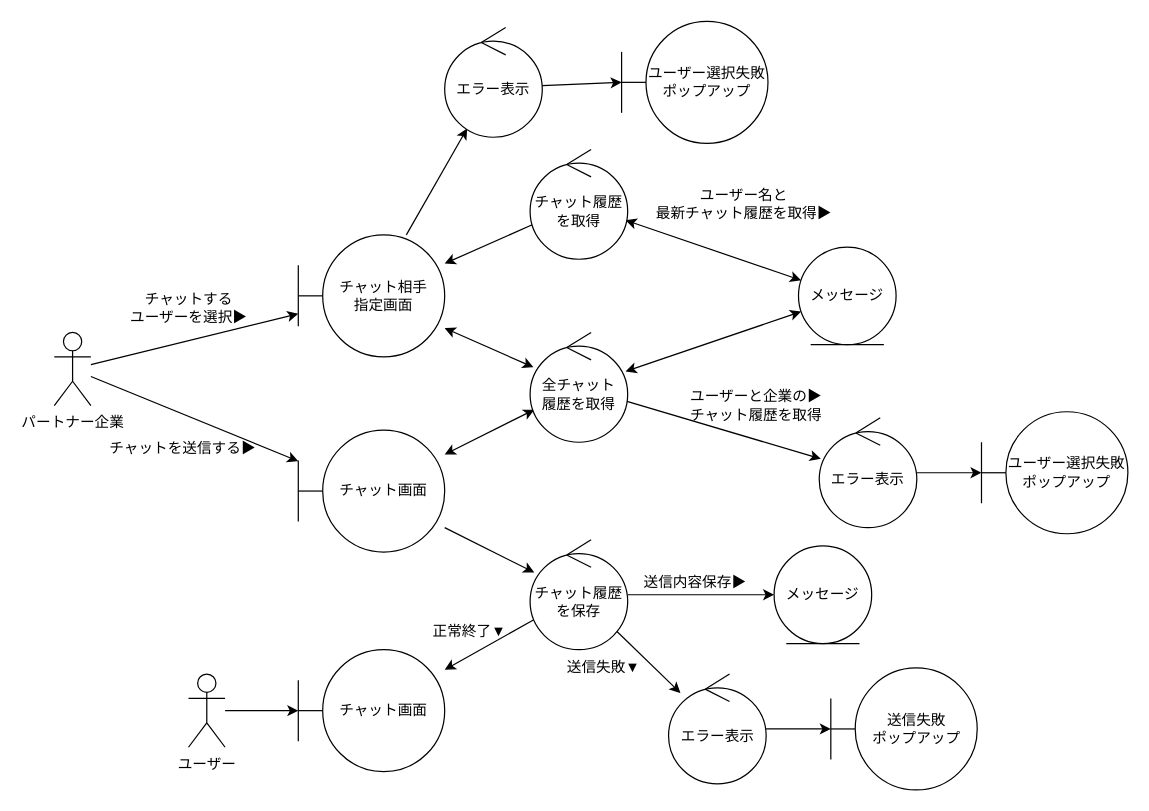
Above: page "チャット" (9 of 11) of out/ロバストネス図/パートナー企業-ロバストネス図.drawio in ksw2270227/GroupF (draw.io), before the change. Source tidied: cells renumbered, new cells numbered last; positions are measured from the earlier drawing's top-left corner, leaving out a move shared by most shapes. Both pictures are drawn from the tidied source at 122%, with x=0, y=0 at pixel (54, 21).
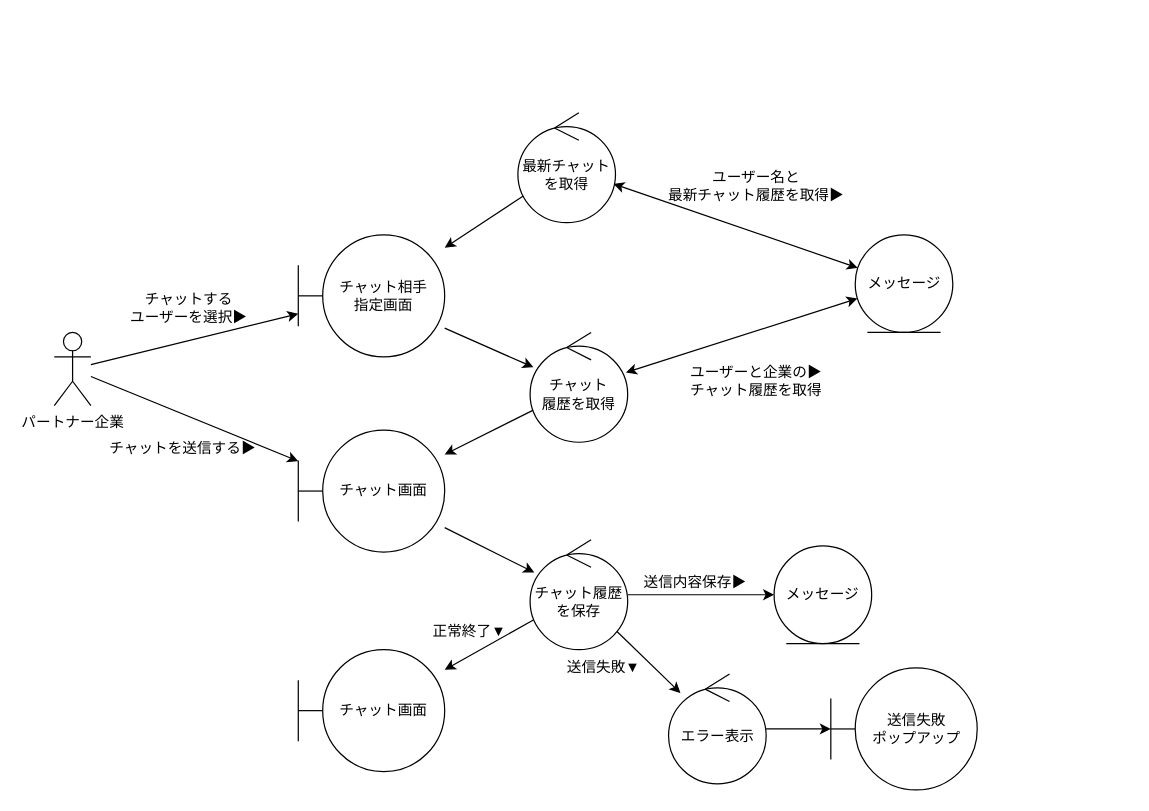
The same diagram, later.

Unchanged cells that the change refers to:
```xml
<mxCell id="6" value="チャット画面" style="shape=umlBoundary;whiteSpace=wrap;html=1;" parent="1" vertex="1">
  <mxGeometry x="200" y="335" width="120" height="100" as="geometry" />
</mxCell>
<mxCell id="9" value="チャット相手&lt;br&gt;指定画面" style="shape=umlBoundary;whiteSpace=wrap;html=1;" parent="1" vertex="1">
  <mxGeometry x="200" y="175" width="120" height="100" as="geometry" />
</mxCell>
<mxCell id="27" value="チャット画面" style="shape=umlBoundary;whiteSpace=wrap;html=1;" parent="1" vertex="1">
  <mxGeometry x="200" y="515" width="120" height="100" as="geometry" />
</mxCell>
```

What changed in the source:
```diff
@@
-    <mxCell id="7" style="edgeStyle=none;html=1;startArrow=classic;startFill=1;" parent="1" edge="1" source="9" target="18">
+    <mxCell id="7" style="edgeStyle=none;html=1;startArrow=none;startFill=0;" parent="1" edge="1" source="9" target="18">
       <mxGeometry relative="1" as="geometry" />
     </mxCell>
-    <mxCell id="8" style="edgeStyle=none;html=1;startArrow=none;startFill=0;" parent="1" edge="1" source="9" target="31">
-      <mxGeometry relative="1" as="geometry" />
-    </mxCell>
@@
     <mxCell id="12" value="メッセージ" style="ellipse;shape=umlEntity;whiteSpace=wrap;html=1;" parent="1" vertex="1">
-      <mxGeometry x="610" y="185" width="80" height="80" as="geometry" />
+      <mxGeometry x="656.5" y="175" width="80" height="80" as="geometry" />
     </mxCell>
@@
-    <mxCell id="14" value="チャット履歴を取得" style="ellipse;shape=umlControl;whiteSpace=wrap;html=1;" parent="1" vertex="1">
-      <mxGeometry x="390" y="105" width="80" height="90" as="geometry" />
+    <mxCell id="14" value="最新チャットを取得" style="ellipse;shape=umlControl;whiteSpace=wrap;html=1;" parent="1" vertex="1">
+      <mxGeometry x="380" y="75" width="80" height="90" as="geometry" />
     </mxCell>
-    <mxCell id="15" style="edgeStyle=none;html=1;startArrow=classic;startFill=1;" parent="1" edge="1" source="18" target="6">
+    <mxCell id="15" style="edgeStyle=none;html=1;startArrow=none;startFill=0;endArrow=classic;endFill=1;" parent="1" edge="1" source="18" target="6">
       <mxGeometry relative="1" as="geometry" />
     </mxCell>
@@
-    <mxCell id="17" style="edgeStyle=none;html=1;startArrow=none;startFill=0;" parent="1" edge="1" source="18" target="34">
-      <mxGeometry relative="1" as="geometry" />
-    </mxCell>
-    <mxCell id="18" value="全チャット&lt;br&gt;履歴を取得" style="ellipse;shape=umlControl;whiteSpace=wrap;html=1;" parent="1" vertex="1">
+    <mxCell id="18" value="チャット&lt;br&gt;履歴を取得" style="ellipse;shape=umlControl;whiteSpace=wrap;html=1;" parent="1" vertex="1">
       <mxGeometry x="390" y="255" width="80" height="90" as="geometry" />
     </mxCell>
     <mxCell id="19" value="ユーザー名と&lt;br&gt;最新チャット履歴を取得▶" style="text;html=1;align=center;verticalAlign=middle;strokeColor=none;fillColor=none;" parent="1" vertex="1">
-      <mxGeometry x="480" y="130" width="170" height="40" as="geometry" />
+      <mxGeometry x="490" y="115" width="170" height="40" as="geometry" />
     </mxCell>
@@
     <mxCell id="25" value="ユーザーと企業の▶&lt;br&gt;チャット履歴を取得" style="text;html=1;align=center;verticalAlign=middle;strokeColor=none;fillColor=none;" parent="1" vertex="1">
-      <mxGeometry x="510" y="295" width="130" height="40" as="geometry" />
+      <mxGeometry x="510" y="275" width="130" height="40" as="geometry" />
     </mxCell>
-    <mxCell id="26" style="edgeStyle=none;html=1;startArrow=classic;startFill=1;endArrow=none;endFill=0;" parent="1" edge="1" source="27" target="28">
-      <mxGeometry relative="1" as="geometry" />
-    </mxCell>
@@
-    <mxCell id="28" value="ユーザー" style="shape=umlActor;verticalLabelPosition=bottom;verticalAlign=top;html=1;" parent="1" vertex="1">
-      <mxGeometry x="110" y="535" width="30" height="60" as="geometry" />
-    </mxCell>
@@
-    <mxCell id="30" style="edgeStyle=none;html=1;startArrow=none;startFill=0;" parent="1" edge="1" source="31" target="32">
-      <mxGeometry relative="1" as="geometry" />
-    </mxCell>
-    <mxCell id="31" value="エラー表示" style="ellipse;shape=umlControl;whiteSpace=wrap;html=1;" parent="1" vertex="1">
-      <mxGeometry x="320" y="5" width="80" height="90" as="geometry" />
-    </mxCell>
-    <mxCell id="32" value="ユーザー選択失敗&lt;br&gt;ポップアップ" style="shape=umlBoundary;whiteSpace=wrap;html=1;" parent="1" vertex="1">
-      <mxGeometry x="465" width="120" height="100" as="geometry" />
-    </mxCell>
-    <mxCell id="33" style="edgeStyle=none;html=1;startArrow=none;startFill=0;" parent="1" edge="1" source="34" target="35">
-      <mxGeometry relative="1" as="geometry" />
-    </mxCell>
-    <mxCell id="34" value="エラー表示" style="ellipse;shape=umlControl;whiteSpace=wrap;html=1;" parent="1" vertex="1">
-      <mxGeometry x="627" y="325" width="80" height="90" as="geometry" />
-    </mxCell>
-    <mxCell id="35" value="ユーザー選択失敗&lt;br&gt;ポップアップ" style="shape=umlBoundary;whiteSpace=wrap;html=1;" parent="1" vertex="1">
-      <mxGeometry x="760" y="320" width="120" height="100" as="geometry" />
-    </mxCell>
```
